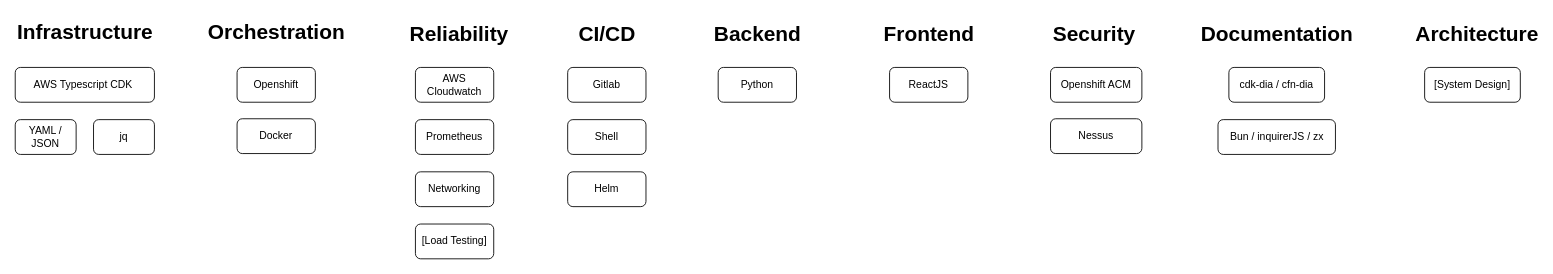
Above: roadmap.drawio in knonenull23/dotfiles00 (draw.io), before the change. Source tidied: cells renumbered, new cells numbered last; positions are measured from the earlier drawing's top-left corner, leaving out a move shared by most shapes. Both pictures are drawn from the tidied source at 87%, with x=0, y=0 at pixel (15, 15).
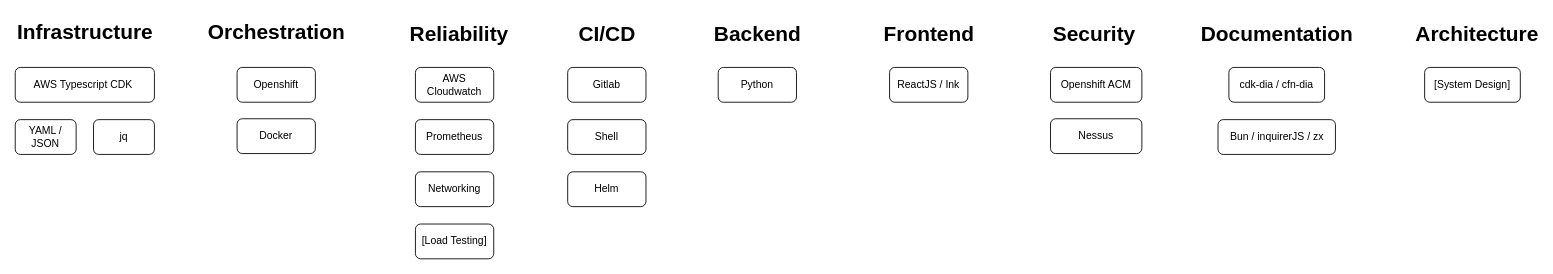
After the change.

Diff of the diagram source:
```diff
@@
-    <mxCell id="12" value="ReactJS" style="rounded=1;whiteSpace=wrap;html=1;" parent="1" vertex="1">
+    <mxCell id="12" value="ReactJS / Ink" style="rounded=1;whiteSpace=wrap;html=1;" parent="1" vertex="1">
       <mxGeometry x="1005" y="60" width="90" height="40" as="geometry" />
     </mxCell>
```
